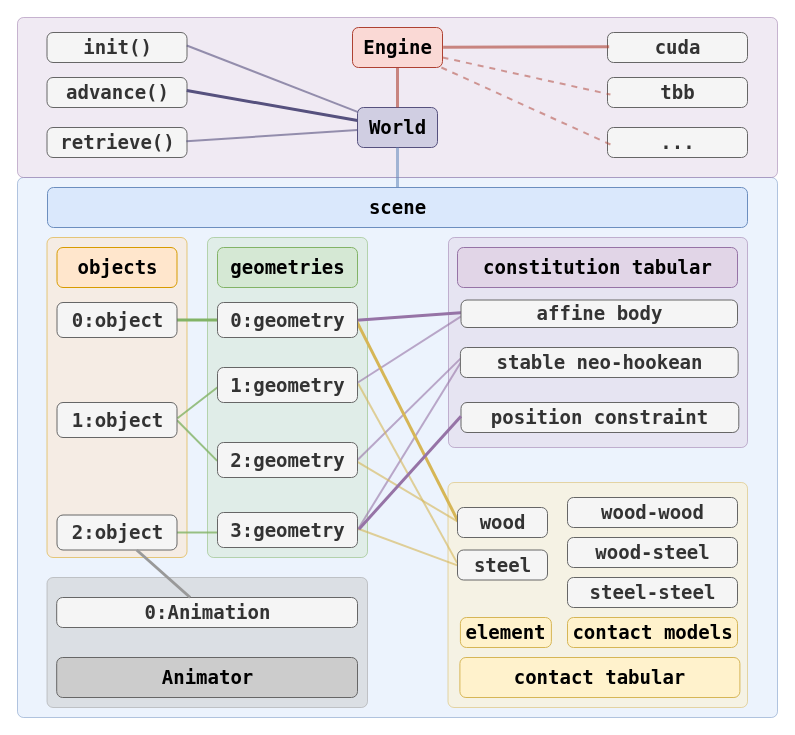
Above: docs/tutorial/media/concepts.drawio in spiriMirror/libuipc (draw.io), before the change. Source tidied: cells renumbered, new cells numbered last; positions are measured from the earlier drawing's top-left corner, leaving out a move shared by most shapes. Both pictures are drawn from the tidied source at 100%, with x=0, y=0 at pixel (17, 17).
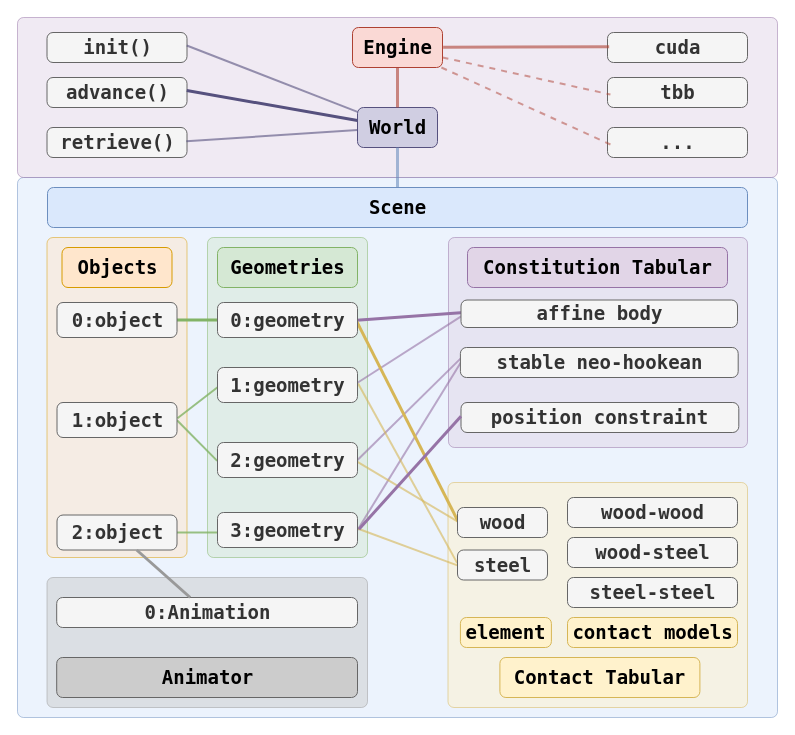
The same diagram, later.

Diff of the diagram source:
```diff
@@
-    <mxCell id="8" value="&lt;span style=&quot;font-size: 19px;&quot;&gt;&lt;b&gt;&lt;font face=&quot;Lucida Console&quot;&gt;scene&lt;br&gt;&lt;/font&gt;&lt;/b&gt;&lt;/span&gt;" style="text;html=1;align=center;verticalAlign=middle;points=[];strokeColor=#6c8ebf;fillColor=#dae8fc;rounded=1;absoluteArcSize=1;arcSize=12;" parent="1" vertex="1">
+    <mxCell id="8" value="&lt;span style=&quot;font-size: 19px;&quot;&gt;&lt;b&gt;&lt;font face=&quot;Lucida Console&quot;&gt;Scene&lt;br&gt;&lt;/font&gt;&lt;/b&gt;&lt;/span&gt;" style="text;html=1;align=center;verticalAlign=middle;points=[];strokeColor=#6c8ebf;fillColor=#dae8fc;rounded=1;absoluteArcSize=1;arcSize=12;" parent="1" vertex="1">
       <mxGeometry x="30" y="170" width="700" height="40" as="geometry" />
     </mxCell>
-    <mxCell id="9" value="&lt;span style=&quot;font-size: 19px;&quot;&gt;&lt;b&gt;&lt;font face=&quot;Lucida Console&quot;&gt;constitution tabular&lt;br&gt;&lt;/font&gt;&lt;/b&gt;&lt;/span&gt;" style="text;html=1;align=center;verticalAlign=middle;strokeColor=#9673a6;fillColor=#e1d5e7;rounded=1;absoluteArcSize=1;arcSize=12;" parent="1" vertex="1">
-      <mxGeometry x="440" y="230" width="280" height="40" as="geometry" />
+    <mxCell id="9" value="&lt;span style=&quot;font-size: 19px;&quot;&gt;&lt;b&gt;&lt;font face=&quot;Lucida Console&quot;&gt;Constitution Tabular&lt;br&gt;&lt;/font&gt;&lt;/b&gt;&lt;/span&gt;" style="text;html=1;align=center;verticalAlign=middle;strokeColor=#9673a6;fillColor=#e1d5e7;rounded=1;absoluteArcSize=1;arcSize=12;" parent="1" vertex="1">
+      <mxGeometry x="450" y="230" width="260" height="40" as="geometry" />
     </mxCell>
-    <mxCell id="10" value="&lt;span style=&quot;font-size: 19px;&quot;&gt;&lt;b&gt;&lt;font face=&quot;Lucida Console&quot;&gt;contact tabular&lt;br&gt;&lt;/font&gt;&lt;/b&gt;&lt;/span&gt;" style="text;html=1;align=center;verticalAlign=middle;strokeColor=#d6b656;fillColor=#fff2cc;rounded=1;absoluteArcSize=1;arcSize=12;" parent="1" vertex="1">
-      <mxGeometry x="442.4" y="640" width="280" height="40" as="geometry" />
+    <mxCell id="10" value="&lt;span style=&quot;font-size: 19px;&quot;&gt;&lt;b&gt;&lt;font face=&quot;Lucida Console&quot;&gt;Contact Tabular&lt;br&gt;&lt;/font&gt;&lt;/b&gt;&lt;/span&gt;" style="text;html=1;align=center;verticalAlign=middle;strokeColor=#d6b656;fillColor=#fff2cc;rounded=1;absoluteArcSize=1;arcSize=12;" parent="1" vertex="1">
+      <mxGeometry x="482.4" y="640" width="200" height="40" as="geometry" />
     </mxCell>
@@
-    <mxCell id="39" value="&lt;span style=&quot;font-size: 19px;&quot;&gt;&lt;b&gt;&lt;font face=&quot;Lucida Console&quot;&gt;objects&lt;br&gt;&lt;/font&gt;&lt;/b&gt;&lt;/span&gt;" style="text;html=1;align=center;verticalAlign=middle;strokeColor=#d79b00;fillColor=#ffe6cc;rounded=1;absoluteArcSize=1;arcSize=12;" parent="1" vertex="1">
-      <mxGeometry x="39.5" y="230" width="120" height="40" as="geometry" />
+    <mxCell id="39" value="&lt;span style=&quot;font-size: 19px;&quot;&gt;&lt;b&gt;&lt;font face=&quot;Lucida Console&quot;&gt;Objects&lt;br&gt;&lt;/font&gt;&lt;/b&gt;&lt;/span&gt;" style="text;html=1;align=center;verticalAlign=middle;strokeColor=#d79b00;fillColor=#ffe6cc;rounded=1;absoluteArcSize=1;arcSize=12;" parent="1" vertex="1">
+      <mxGeometry x="44.5" y="230" width="110" height="40" as="geometry" />
     </mxCell>
-    <mxCell id="40" value="&lt;span style=&quot;font-size: 19px;&quot;&gt;&lt;b&gt;&lt;font face=&quot;Lucida Console&quot;&gt;geometries&lt;br&gt;&lt;/font&gt;&lt;/b&gt;&lt;/span&gt;" style="text;html=1;align=center;verticalAlign=middle;strokeColor=#82b366;fillColor=#d5e8d4;rounded=1;absoluteArcSize=1;arcSize=12;" parent="1" vertex="1">
+    <mxCell id="40" value="&lt;span style=&quot;font-size: 19px;&quot;&gt;&lt;b&gt;&lt;font face=&quot;Lucida Console&quot;&gt;Geometries&lt;br&gt;&lt;/font&gt;&lt;/b&gt;&lt;/span&gt;" style="text;html=1;align=center;verticalAlign=middle;strokeColor=#82b366;fillColor=#d5e8d4;rounded=1;absoluteArcSize=1;arcSize=12;" parent="1" vertex="1">
       <mxGeometry x="200" y="230" width="140" height="40" as="geometry" />
     </mxCell>
```
